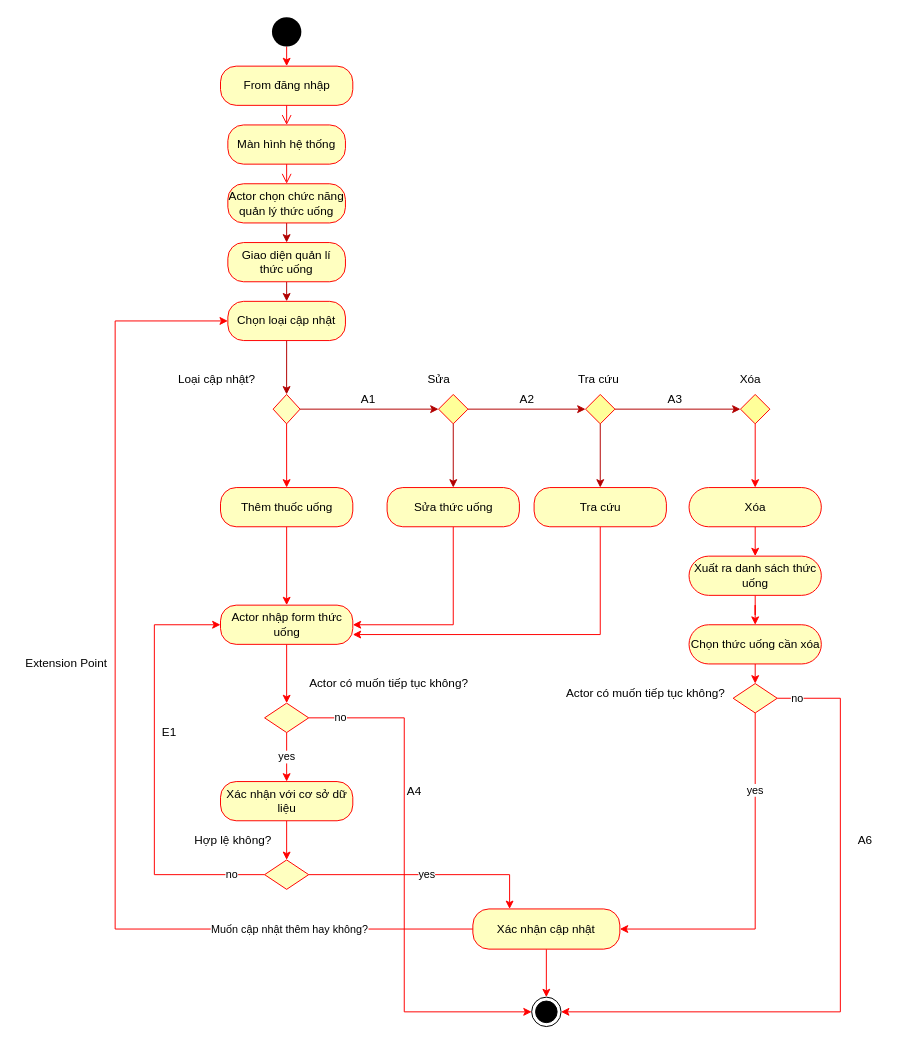
Above: Draw.io/activity/activity-quản lý thức uống.drawio in TruongNguyenYenNhi/PTTK-QL-b-n-h-ng (draw.io), before the change. Source tidied: cells renumbered, new cells numbered last; positions are measured from the earlier drawing's top-left corner, leaving out a move shared by most shapes. Both pictures are drawn from the tidied source at 98%, with x=0, y=0 at pixel (17, 17).
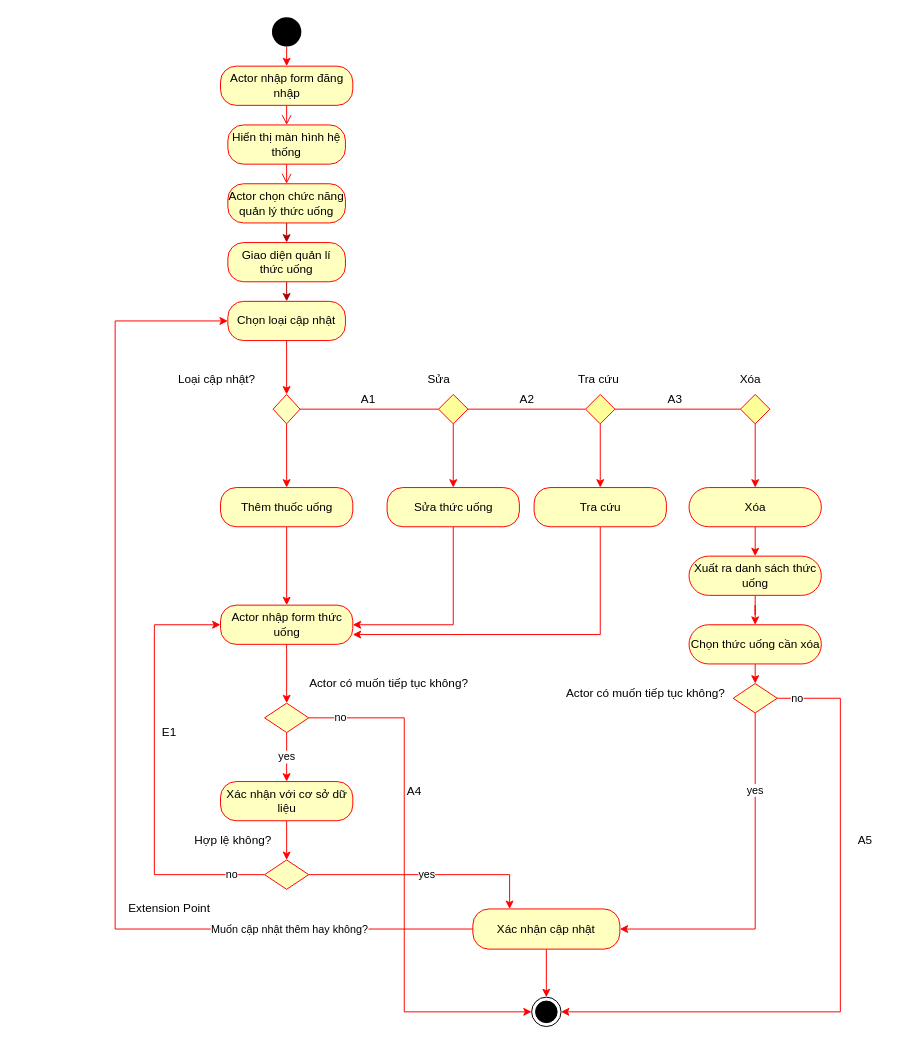
The same diagram, later.

Unchanged cells that the change refers to:
```xml
<mxCell id="16" value="Chọn loại cập nhật" style="rounded=1;whiteSpace=wrap;html=1;arcSize=40;fontColor=#000000;fillColor=#ffffc0;strokeColor=#ff0000;" parent="1" vertex="1">
  <mxGeometry x="215" y="290" width="120" height="40" as="geometry" />
</mxCell>
<mxCell id="18" style="rhombus;whiteSpace=wrap;html=1;fillColor=#ffffc0;strokeColor=#ff0000;" parent="1" vertex="1">
  <mxGeometry x="261.2" y="385" width="27.5" height="30" as="geometry" />
</mxCell>
<mxCell id="23" style="rhombus;strokeColor=#FF0000;fillColor=#FFFF99;" parent="1" vertex="1">
  <mxGeometry x="430" y="385" width="30" height="30" as="geometry" />
</mxCell>
<mxCell id="26" style="rhombus;strokeColor=#FF0000;fillColor=#FFFF99;" parent="1" vertex="1">
  <mxGeometry x="580" y="385" width="30" height="30" as="geometry" />
</mxCell>
<mxCell id="30" style="rhombus;strokeColor=#FF0000;fillColor=#FFFF99;" parent="1" vertex="1">
  <mxGeometry x="738.1" y="385" width="30" height="30" as="geometry" />
</mxCell>
<mxCell id="34" value="Sửa thức uống" style="rounded=1;whiteSpace=wrap;html=1;arcSize=40;fontColor=#000000;fillColor=#ffffc0;strokeColor=#ff0000;" parent="1" vertex="1">
  <mxGeometry x="377.5" y="480" width="135" height="40" as="geometry" />
</mxCell>
<mxCell id="36" value="Tra cứu" style="rounded=1;whiteSpace=wrap;html=1;arcSize=40;fontColor=#000000;fillColor=#ffffc0;strokeColor=#ff0000;" parent="1" vertex="1">
  <mxGeometry x="527.5" y="480" width="135" height="40" as="geometry" />
</mxCell>
```

Diff of the diagram source:
```diff
@@
-    <mxCell id="5" value="&lt;font style=&quot;font-size: 12px&quot;&gt;From đăng nhập&lt;/font&gt;" style="rounded=1;whiteSpace=wrap;html=1;arcSize=40;fontColor=#000000;fillColor=#ffffc0;strokeColor=#ff0000;" parent="1" vertex="1">
+    <mxCell id="5" value="&lt;font style=&quot;font-size: 12px&quot;&gt;Actor nhập form đăng nhập&lt;/font&gt;" style="rounded=1;whiteSpace=wrap;html=1;arcSize=40;fontColor=#000000;fillColor=#ffffc0;strokeColor=#ff0000;" parent="1" vertex="1">
       <mxGeometry x="207.5" y="50" width="135" height="40" as="geometry" />
     </mxCell>
@@
-    <mxCell id="7" value="Màn hình hệ thống" style="rounded=1;whiteSpace=wrap;html=1;arcSize=40;fontColor=#000000;fillColor=#ffffc0;strokeColor=#ff0000;" parent="1" vertex="1">
+    <mxCell id="7" value="Hiển thị màn hình hệ thống" style="rounded=1;whiteSpace=wrap;html=1;arcSize=40;fontColor=#000000;fillColor=#ffffc0;strokeColor=#ff0000;" parent="1" vertex="1">
       <mxGeometry x="215" y="110" width="120" height="40" as="geometry" />
     </mxCell>
@@
-    <mxCell id="15" style="rounded=0;jettySize=auto;html=1;exitX=0.5;exitY=1;exitDx=0;exitDy=0;entryX=0.5;entryY=0;entryDx=0;entryDy=0;fillColor=#e51400;strokeColor=#B20000;" parent="1" edge="1" source="16" target="18">
+    <mxCell id="15" style="rounded=0;jettySize=auto;html=1;exitX=0.5;exitY=1;exitDx=0;exitDy=0;entryX=0.5;entryY=0;entryDx=0;entryDy=0;fillColor=#e51400;strokeColor=#FF0000;" parent="1" edge="1" source="16" target="18">
       <mxGeometry relative="1" as="geometry" />
     </mxCell>
@@
-    <mxCell id="20" style="edgeStyle=none;rounded=0;jettySize=auto;html=1;exitX=1;exitY=0.5;exitDx=0;exitDy=0;entryX=0;entryY=0.5;entryDx=0;entryDy=0;fillColor=#e51400;strokeColor=#B20000;" parent="1" edge="1" source="18" target="23">
+    <mxCell id="20" style="edgeStyle=none;rounded=0;jettySize=auto;html=1;exitX=1;exitY=0.5;exitDx=0;exitDy=0;entryX=0;entryY=0.5;entryDx=0;entryDy=0;fillColor=#e51400;strokeColor=#FF0000;endArrow=none;endFill=0;" parent="1" edge="1" source="18" target="23">
       <mxGeometry relative="1" as="geometry" />
     </mxCell>
-    <mxCell id="21" style="edgeStyle=none;rounded=0;jettySize=auto;html=1;exitX=1;exitY=0.5;exitDx=0;exitDy=0;entryX=0;entryY=0.5;entryDx=0;entryDy=0;fillColor=#e51400;strokeColor=#B20000;" parent="1" edge="1" source="23" target="26">
+    <mxCell id="21" style="edgeStyle=none;rounded=0;jettySize=auto;html=1;exitX=1;exitY=0.5;exitDx=0;exitDy=0;entryX=0;entryY=0.5;entryDx=0;entryDy=0;fillColor=#e51400;strokeColor=#FF0000;endArrow=none;endFill=0;" parent="1" edge="1" source="23" target="26">
       <mxGeometry relative="1" as="geometry" />
     </mxCell>
-    <mxCell id="22" style="edgeStyle=none;rounded=0;jettySize=auto;html=1;entryX=0.5;entryY=0;entryDx=0;entryDy=0;fillColor=#e51400;strokeColor=#B20000;" parent="1" edge="1" source="23" target="34">
+    <mxCell id="22" style="edgeStyle=none;rounded=0;jettySize=auto;html=1;entryX=0.5;entryY=0;entryDx=0;entryDy=0;fillColor=#e51400;strokeColor=#FF0000;" parent="1" edge="1" source="23" target="34">
       <mxGeometry relative="1" as="geometry" />
     </mxCell>
@@
-    <mxCell id="24" style="edgeStyle=none;rounded=0;jettySize=auto;html=1;exitX=1;exitY=0.5;exitDx=0;exitDy=0;entryX=0;entryY=0.5;entryDx=0;entryDy=0;fillColor=#e51400;strokeColor=#B20000;" parent="1" edge="1" source="26" target="30">
+    <mxCell id="24" style="edgeStyle=none;rounded=0;jettySize=auto;html=1;exitX=1;exitY=0.5;exitDx=0;exitDy=0;entryX=0;entryY=0.5;entryDx=0;entryDy=0;fillColor=#e51400;strokeColor=#FF0000;endArrow=none;endFill=0;" parent="1" edge="1" source="26" target="30">
       <mxGeometry relative="1" as="geometry" />
     </mxCell>
-    <mxCell id="25" style="edgeStyle=none;rounded=0;jettySize=auto;html=1;entryX=0.5;entryY=0;entryDx=0;entryDy=0;fillColor=#e51400;strokeColor=#B20000;" parent="1" edge="1" source="26" target="36">
+    <mxCell id="25" style="edgeStyle=none;rounded=0;jettySize=auto;html=1;entryX=0.5;entryY=0;entryDx=0;entryDy=0;fillColor=#e51400;strokeColor=#FF0000;" parent="1" edge="1" source="26" target="36">
       <mxGeometry relative="1" as="geometry" />
     </mxCell>
@@
-    <mxCell id="64" value="A6" style="text;html=1;align=center;verticalAlign=middle;" parent="1" vertex="1">
+    <mxCell id="64" value="A5" style="text;html=1;align=center;verticalAlign=middle;" parent="1" vertex="1">
       <mxGeometry x="850" y="830" width="30" height="20" as="geometry" />
     </mxCell>
@@
     <mxCell id="66" value="Extension Point" style="text;html=1;align=center;verticalAlign=middle;" parent="1" vertex="1">
-      <mxGeometry y="650" width="100" height="20" as="geometry" />
+      <mxGeometry x="105" y="900" width="100" height="20" as="geometry" />
     </mxCell>
```
